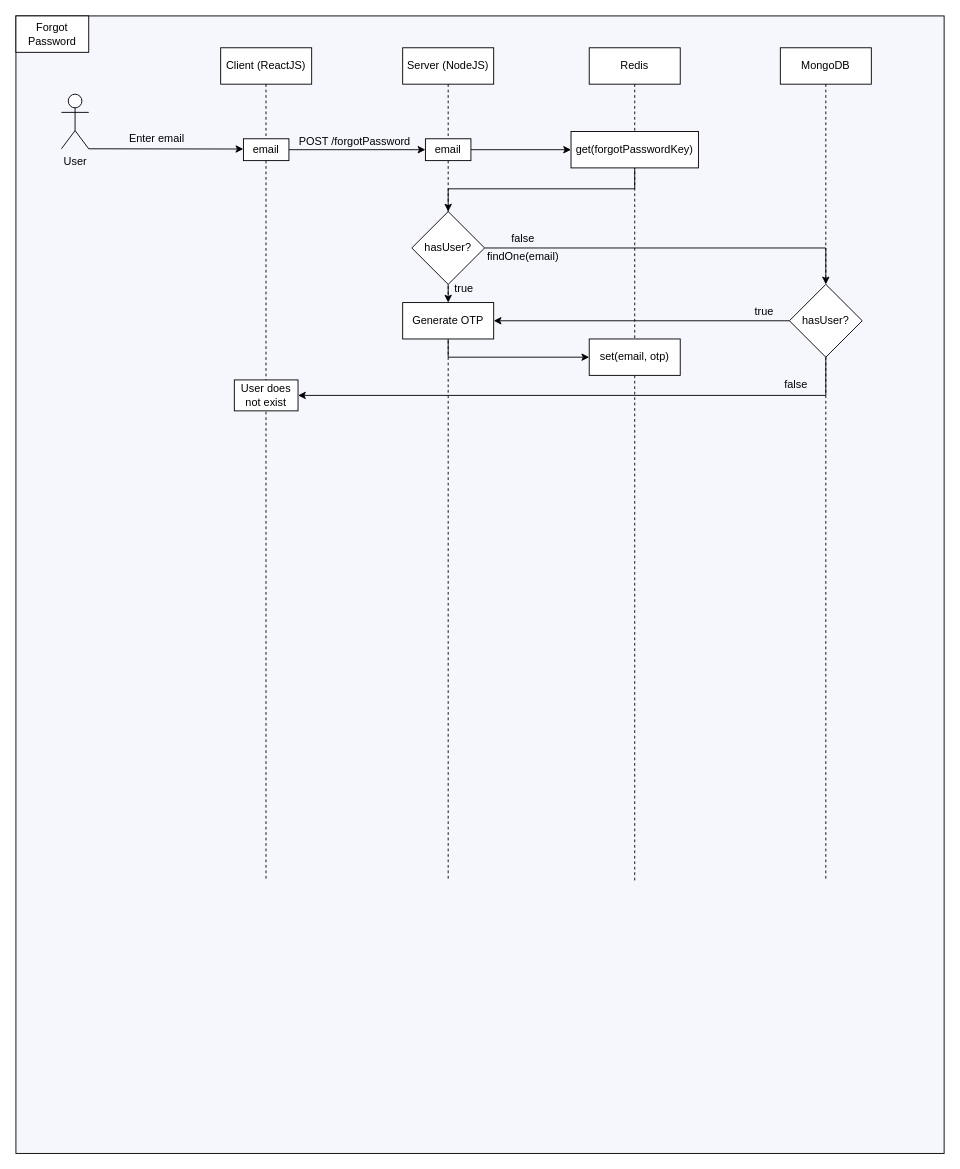
This is page "Forgot Password" (5 of 5) of system_design/Portfolio_Management_Tracker_Charts.drawio from khanhnq1406/Investment_Portfolio_Tracker, a draw.io file, before an edit. Source tidied: cells renumbered, new cells numbered last; positions are measured from the earlier drawing's top-left corner, leaving out a move shared by most shapes. Both pictures are drawn from the tidied source at 91%, with x=0, y=0 at pixel (15, 15).
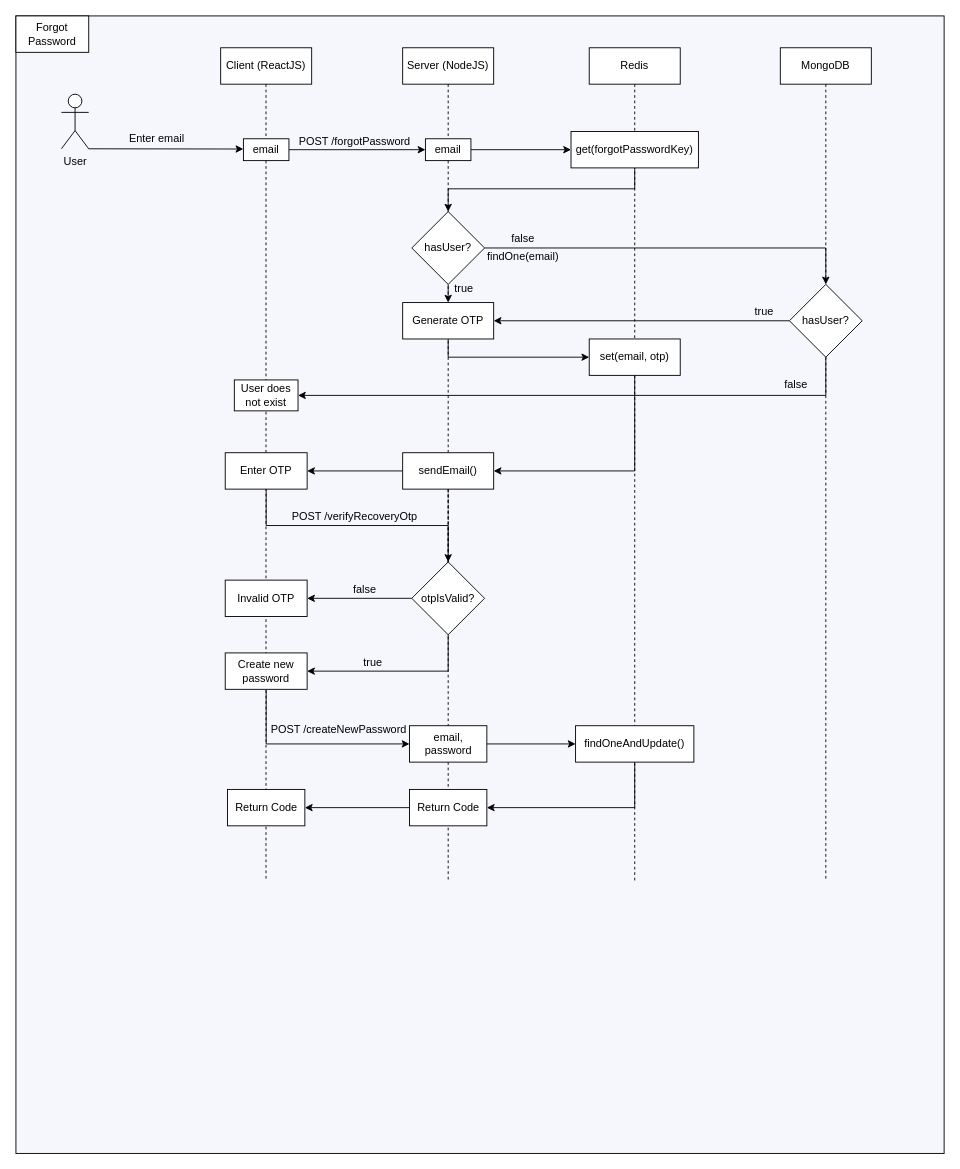
The same diagram, later.

Commit message (it also covers changes not shown here):
[BTC-22] Password Recovery Feature

The change refers to these unchanged cells:
```xml
<mxCell id="4" value="Server (NodeJS)" style="rounded=0;whiteSpace=wrap;html=1;" parent="1" vertex="1">
  <mxGeometry x="425" y="35" width="100" height="40" as="geometry" />
</mxCell>
<mxCell id="34" value="set(email, otp)" style="rounded=0;whiteSpace=wrap;html=1;" parent="1" vertex="1">
  <mxGeometry x="630" y="355" width="100" height="40" as="geometry" />
</mxCell>
```

Diff of the diagram source:
```diff
@@
-    <mxCell id="6" style="edgeStyle=orthogonalEdgeStyle;rounded=0;jettySize=auto;html=1;exitX=0.5;exitY=1;exitDx=0;exitDy=0;dashed=1;endArrow=none;endFill=0;" parent="1" edge="1" source="4">
+    <mxCell id="6" style="edgeStyle=orthogonalEdgeStyle;rounded=0;jettySize=auto;html=1;exitX=0.5;exitY=1;exitDx=0;exitDy=0;dashed=1;endArrow=none;endFill=0;" parent="1" edge="1" source="46">
       <mxGeometry relative="1" as="geometry">
         <mxPoint x="475" y="950" as="targetPoint" />
         <Array as="points">
           <mxPoint x="475" y="513" />
           <mxPoint x="475" y="513" />
         </Array>
       </mxGeometry>
     </mxCell>
@@
-    <mxCell id="19" value="email" style="rounded=0;whiteSpace=wrap;html=1;" parent="1" vertex="1">
-      <mxGeometry x="450" y="135" width="50" height="24" as="geometry" />
-    </mxCell>
@@
-    <mxCell id="26" value="Generate OTP" style="rounded=0;whiteSpace=wrap;html=1;" parent="1" vertex="1">
-      <mxGeometry x="425" y="315" width="100" height="40" as="geometry" />
-    </mxCell>
@@
-    <mxCell id="31" value="hasUser?" style="rhombus;whiteSpace=wrap;html=1;" parent="1" vertex="1">
-      <mxGeometry x="435" y="215" width="80" height="80" as="geometry" />
-    </mxCell>
@@
+    <mxCell id="38" style="edgeStyle=orthogonalEdgeStyle;rounded=0;jettySize=auto;html=1;exitX=0.5;exitY=1;exitDx=0;exitDy=0;entryX=1;entryY=0.5;entryDx=0;entryDy=0;" parent="1" edge="1" source="34" target="47">
+      <mxGeometry relative="1" as="geometry" />
+    </mxCell>
@@
+    <mxCell id="39" style="edgeStyle=orthogonalEdgeStyle;rounded=0;jettySize=auto;html=1;exitX=0.5;exitY=1;exitDx=0;exitDy=0;entryX=0.5;entryY=0;entryDx=0;entryDy=0;" parent="1" edge="1" source="40" target="46">
+      <mxGeometry relative="1" as="geometry" />
+    </mxCell>
+    <mxCell id="40" value="Enter OTP" style="rounded=0;whiteSpace=wrap;html=1;" parent="1" vertex="1">
+      <mxGeometry x="230" y="480" width="90" height="40" as="geometry" />
+    </mxCell>
+    <mxCell id="41" style="edgeStyle=orthogonalEdgeStyle;rounded=0;jettySize=auto;html=1;exitX=0;exitY=0.5;exitDx=0;exitDy=0;entryX=1;entryY=0.5;entryDx=0;entryDy=0;" parent="1" edge="1" source="47" target="40">
+      <mxGeometry relative="1" as="geometry" />
+    </mxCell>
+    <mxCell id="42" value="Invalid OTP" style="rounded=0;whiteSpace=wrap;html=1;" parent="1" vertex="1">
+      <mxGeometry x="230" y="620" width="90" height="40" as="geometry" />
+    </mxCell>
+    <mxCell id="43" style="edgeStyle=orthogonalEdgeStyle;rounded=0;jettySize=auto;html=1;exitX=0.5;exitY=1;exitDx=0;exitDy=0;dashed=1;endArrow=none;endFill=0;" parent="1" edge="1" source="4" target="46">
+      <mxGeometry relative="1" as="geometry" />
+    </mxCell>
+    <mxCell id="44" style="edgeStyle=orthogonalEdgeStyle;rounded=0;jettySize=auto;html=1;exitX=0;exitY=0.5;exitDx=0;exitDy=0;entryX=1;entryY=0.5;entryDx=0;entryDy=0;" parent="1" edge="1" source="46" target="42">
+      <mxGeometry relative="1" as="geometry" />
+    </mxCell>
+    <mxCell id="45" style="edgeStyle=orthogonalEdgeStyle;rounded=0;jettySize=auto;html=1;exitX=0.5;exitY=1;exitDx=0;exitDy=0;entryX=1;entryY=0.5;entryDx=0;entryDy=0;" parent="1" edge="1" source="46" target="50">
+      <mxGeometry relative="1" as="geometry" />
+    </mxCell>
+    <mxCell id="46" value="otpIsValid?" style="rhombus;whiteSpace=wrap;html=1;" parent="1" vertex="1">
+      <mxGeometry x="435" y="600" width="80" height="80" as="geometry" />
+    </mxCell>
+    <mxCell id="47" value="sendEmail()" style="rounded=0;whiteSpace=wrap;html=1;" parent="1" vertex="1">
+      <mxGeometry x="425" y="480" width="100" height="40" as="geometry" />
+    </mxCell>
+    <mxCell id="48" value="false" style="text;html=1;align=center;verticalAlign=middle;whiteSpace=wrap;rounded=0;" parent="1" vertex="1">
+      <mxGeometry x="311" y="616" width="145" height="30" as="geometry" />
+    </mxCell>
+    <mxCell id="49" style="edgeStyle=orthogonalEdgeStyle;rounded=0;jettySize=auto;html=1;exitX=0.5;exitY=1;exitDx=0;exitDy=0;entryX=0;entryY=0.5;entryDx=0;entryDy=0;" parent="1" edge="1" source="50" target="53">
+      <mxGeometry relative="1" as="geometry" />
+    </mxCell>
+    <mxCell id="50" value="Create new password" style="rounded=0;whiteSpace=wrap;html=1;" parent="1" vertex="1">
+      <mxGeometry x="230" y="700" width="90" height="40" as="geometry" />
+    </mxCell>
+    <mxCell id="51" value="true" style="text;html=1;align=center;verticalAlign=middle;whiteSpace=wrap;rounded=0;" parent="1" vertex="1">
+      <mxGeometry x="320" y="696" width="145" height="30" as="geometry" />
+    </mxCell>
+    <mxCell id="52" style="edgeStyle=orthogonalEdgeStyle;rounded=0;jettySize=auto;html=1;exitX=1;exitY=0.5;exitDx=0;exitDy=0;entryX=0;entryY=0.5;entryDx=0;entryDy=0;" parent="1" edge="1" source="53" target="57">
+      <mxGeometry relative="1" as="geometry" />
+    </mxCell>
+    <mxCell id="53" value="email, password" style="rounded=0;whiteSpace=wrap;html=1;" parent="1" vertex="1">
+      <mxGeometry x="432.5" y="780" width="85" height="40" as="geometry" />
+    </mxCell>
+    <mxCell id="19" value="email" style="rounded=0;whiteSpace=wrap;html=1;" parent="1" vertex="1">
+      <mxGeometry x="450" y="135" width="50" height="24" as="geometry" />
+    </mxCell>
+    <mxCell id="31" value="hasUser?" style="rhombus;whiteSpace=wrap;html=1;" parent="1" vertex="1">
+      <mxGeometry x="435" y="215" width="80" height="80" as="geometry" />
+    </mxCell>
+    <mxCell id="26" value="Generate OTP" style="rounded=0;whiteSpace=wrap;html=1;" parent="1" vertex="1">
+      <mxGeometry x="425" y="315" width="100" height="40" as="geometry" />
+    </mxCell>
+    <mxCell id="54" value="POST /createNewPassword" style="text;html=1;align=center;verticalAlign=middle;whiteSpace=wrap;rounded=0;" parent="1" vertex="1">
+      <mxGeometry x="275" y="770" width="160" height="30" as="geometry" />
+    </mxCell>
+    <mxCell id="55" value="POST /verifyRecoveryOtp" style="text;html=1;align=center;verticalAlign=middle;whiteSpace=wrap;rounded=0;" parent="1" vertex="1">
+      <mxGeometry x="300" y="535" width="145" height="30" as="geometry" />
+    </mxCell>
+    <mxCell id="56" style="edgeStyle=orthogonalEdgeStyle;rounded=0;jettySize=auto;html=1;exitX=0.5;exitY=1;exitDx=0;exitDy=0;entryX=1;entryY=0.5;entryDx=0;entryDy=0;" parent="1" edge="1" source="57" target="59">
+      <mxGeometry relative="1" as="geometry" />
+    </mxCell>
+    <mxCell id="57" value="findOneAndUpdate()" style="rounded=0;whiteSpace=wrap;html=1;" parent="1" vertex="1">
+      <mxGeometry x="615" y="780" width="130" height="40" as="geometry" />
+    </mxCell>
+    <mxCell id="58" style="edgeStyle=orthogonalEdgeStyle;rounded=0;jettySize=auto;html=1;exitX=0;exitY=0.5;exitDx=0;exitDy=0;entryX=1;entryY=0.5;entryDx=0;entryDy=0;" parent="1" edge="1" source="59" target="60">
+      <mxGeometry relative="1" as="geometry" />
+    </mxCell>
+    <mxCell id="59" value="Return Code" style="rounded=0;whiteSpace=wrap;html=1;" parent="1" vertex="1">
+      <mxGeometry x="432.5" y="850" width="85" height="40" as="geometry" />
+    </mxCell>
+    <mxCell id="60" value="Return Code" style="rounded=0;whiteSpace=wrap;html=1;" parent="1" vertex="1">
+      <mxGeometry x="232.5" y="850" width="85" height="40" as="geometry" />
+    </mxCell>
```
